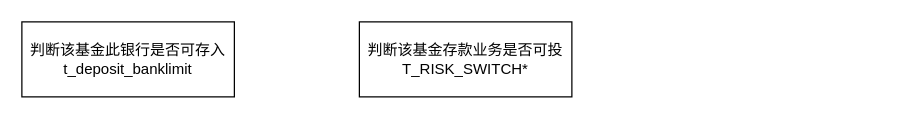
Earlier version of the draw.io diagram drawio/定存保存投资交易端逻辑.drawio (happinessandlove/Pic). Source tidied: cells renumbered, new cells numbered last; positions are measured from the earlier drawing's top-left corner, leaving out a move shared by most shapes. Both pictures are drawn from the tidied source at 125%, with x=0, y=0 at pixel (21, 21).
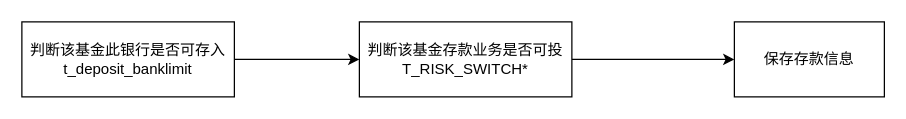
Above is the later version.

Commit message (it also covers changes not shown here):
更新定存保存投资交易端逻辑.drawio

Change to the diagram source:
```diff
@@
 <mxGraphModel>
   <root>
     <mxCell id="0" />
     <mxCell id="1" parent="0" />
+    <mxCell id="4" style="edgeStyle=orthogonalEdgeStyle;rounded=0;jettySize=auto;html=1;" parent="1" edge="1" source="2" target="6">
+      <mxGeometry relative="1" as="geometry" />
+    </mxCell>
     <mxCell id="2" value="判断该基金存款业务是否可投&lt;br&gt;T_RISK_SWITCH*" style="rounded=0;whiteSpace=wrap;html=1;" parent="1" vertex="1">
       <mxGeometry x="270" width="170" height="60" as="geometry" />
     </mxCell>
+    <mxCell id="5" style="edgeStyle=orthogonalEdgeStyle;rounded=0;jettySize=auto;html=1;" parent="1" edge="1" source="3" target="2">
+      <mxGeometry relative="1" as="geometry" />
+    </mxCell>
     <mxCell id="3" value="判断该基金此银行是否可存入&lt;br&gt;t_deposit_banklimit" style="rounded=0;whiteSpace=wrap;html=1;" parent="1" vertex="1">
       <mxGeometry width="170" height="60" as="geometry" />
     </mxCell>
+    <mxCell id="6" value="保存存款信息" style="rounded=0;whiteSpace=wrap;html=1;" parent="1" vertex="1">
+      <mxGeometry x="570" width="120" height="60" as="geometry" />
+    </mxCell>
   </root>
 </mxGraphModel>
```
